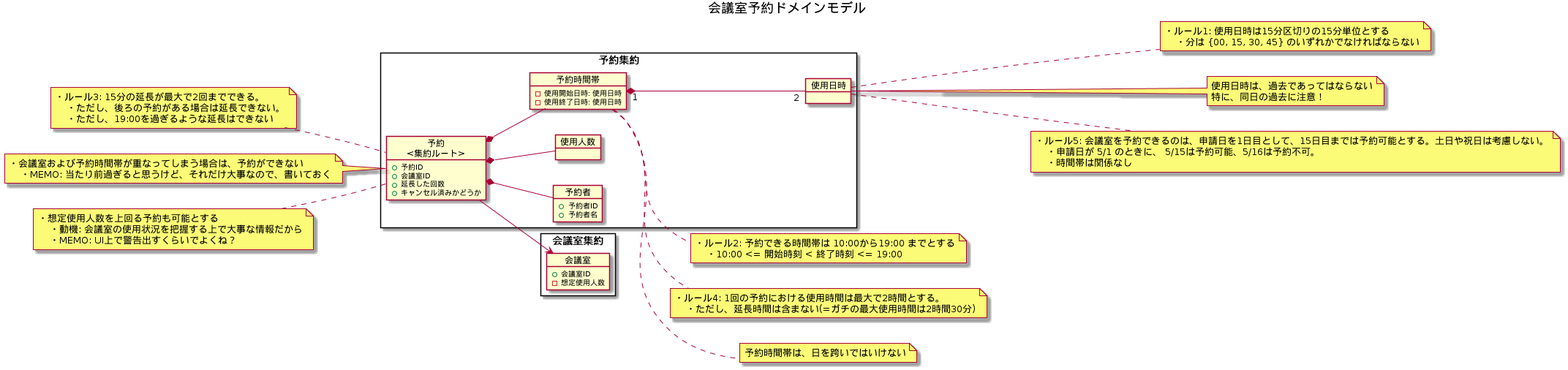
This is diagram/ドメインモデル.png from ModelingKai/meeting-room-python, a PlantUML export, as it was before one commit.
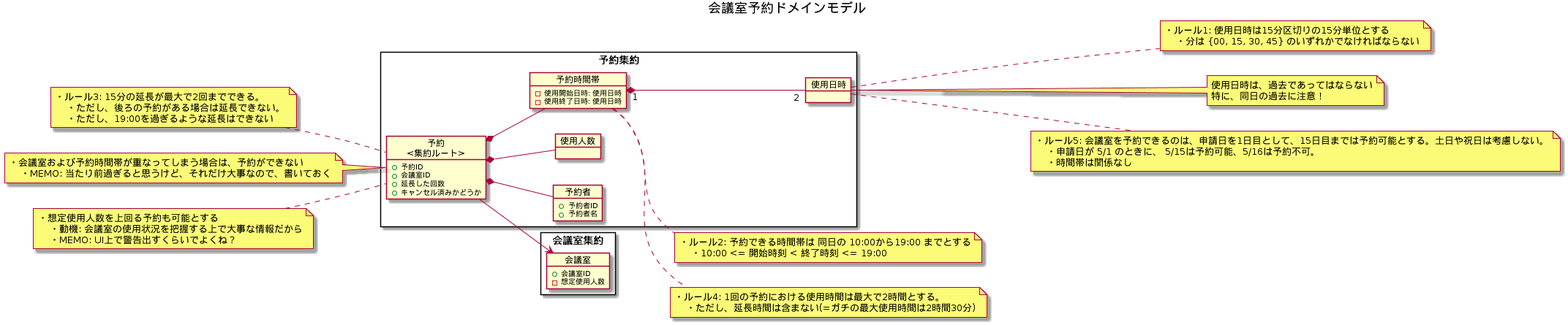
Later version of the same file.

Commit message:
Generate SVG and PNG images for PlantUML diagrams

The edit, as a diff of the source:
```diff
@@ -64,7 +64,7 @@
 end note
 
 note right of 予約時間帯
-・ルール2: 予約できる時間帯は 10:00から19:00 までとする
+・ルール2: 予約できる時間帯は 同日の 10:00から19:00 までとする
     ・10:00 <= 開始時刻 < 終了時刻 <= 19:00
 end note
 
@@ -72,10 +72,6 @@
 note right of 予約時間帯
 ・ルール4: 1回の予約における使用時間は最大で2時間とする。
     ・ただし、延長時間は含まない(=ガチの最大使用時間は2時間30分)
-end note
-
-note right of 予約時間帯
-予約時間帯は、日を跨いではいけない
 end note
 
 
```
